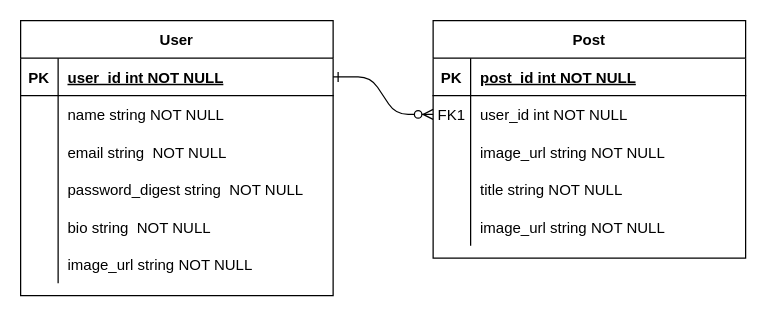
Above: erd/model relationships.drawio in CleanSolLLC/comuse-sinatra-app (draw.io), before the change. Source tidied: cells renumbered, new cells numbered last; positions are measured from the earlier drawing's top-left corner, leaving out a move shared by most shapes. Both pictures are drawn from the tidied source at 125%, with x=0, y=0 at pixel (20, 20).
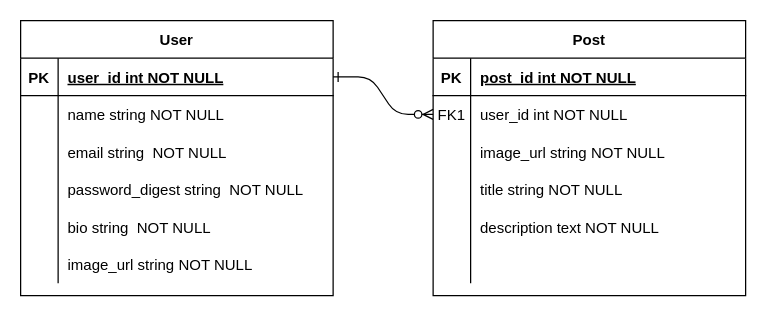
Above is the later version.

Commit message (it also covers changes not shown here):
created post model and migration

Unchanged cells that the change refers to:
```xml
<mxCell id="16" style="shape=partialRectangle;fillColor=none;top=0;left=0;right=0;bottom=0;" parent="3" vertex="1">
  <mxGeometry y="150" width="250" height="30" as="geometry" />
</mxCell>
```

What changed in the source:
```diff
@@
     <mxCell id="3" value="Post" style="shape=table;startSize=30;childLayout=tableLayout;rowLines=0;fontStyle=1;align=center;" parent="1" vertex="1">
-      <mxGeometry x="330" width="250" height="190" as="geometry" />
+      <mxGeometry x="330" width="250" height="220" as="geometry" />
     </mxCell>
@@
-    <mxCell id="18" value="image_url string NOT NULL" style="shape=partialRectangle;overflow=hidden;fillColor=none;top=0;left=0;bottom=0;right=0;align=left;spacingLeft=6;" parent="16" vertex="1">
+    <mxCell id="18" style="shape=partialRectangle;overflow=hidden;fillColor=none;top=0;left=0;bottom=0;right=0;align=left;spacingLeft=6;" parent="16" vertex="1">
       <mxGeometry x="30" width="220" height="30" as="geometry" />
     </mxCell>
+    <mxCell id="38" style="shape=partialRectangle;fillColor=none;top=0;left=0;right=0;bottom=0;" parent="3" vertex="1">
+      <mxGeometry y="180" width="250" height="30" as="geometry" />
+    </mxCell>
+    <mxCell id="39" style="shape=partialRectangle;overflow=hidden;fillColor=none;top=0;left=0;bottom=0;right=0;" parent="38" vertex="1">
+      <mxGeometry width="30" height="30" as="geometry" />
+    </mxCell>
+    <mxCell id="40" style="shape=partialRectangle;overflow=hidden;fillColor=none;top=0;left=0;bottom=0;right=0;align=left;spacingLeft=6;" parent="38" vertex="1">
+      <mxGeometry x="30" width="220" height="30" as="geometry" />
+    </mxCell>
@@
+    <mxCell id="41" value="description text NOT NULL" style="shape=partialRectangle;overflow=hidden;fillColor=none;top=0;left=0;bottom=0;right=0;align=left;spacingLeft=6;" parent="1" vertex="1">
+      <mxGeometry x="360" y="150" width="220" height="30" as="geometry" />
+    </mxCell>
```
